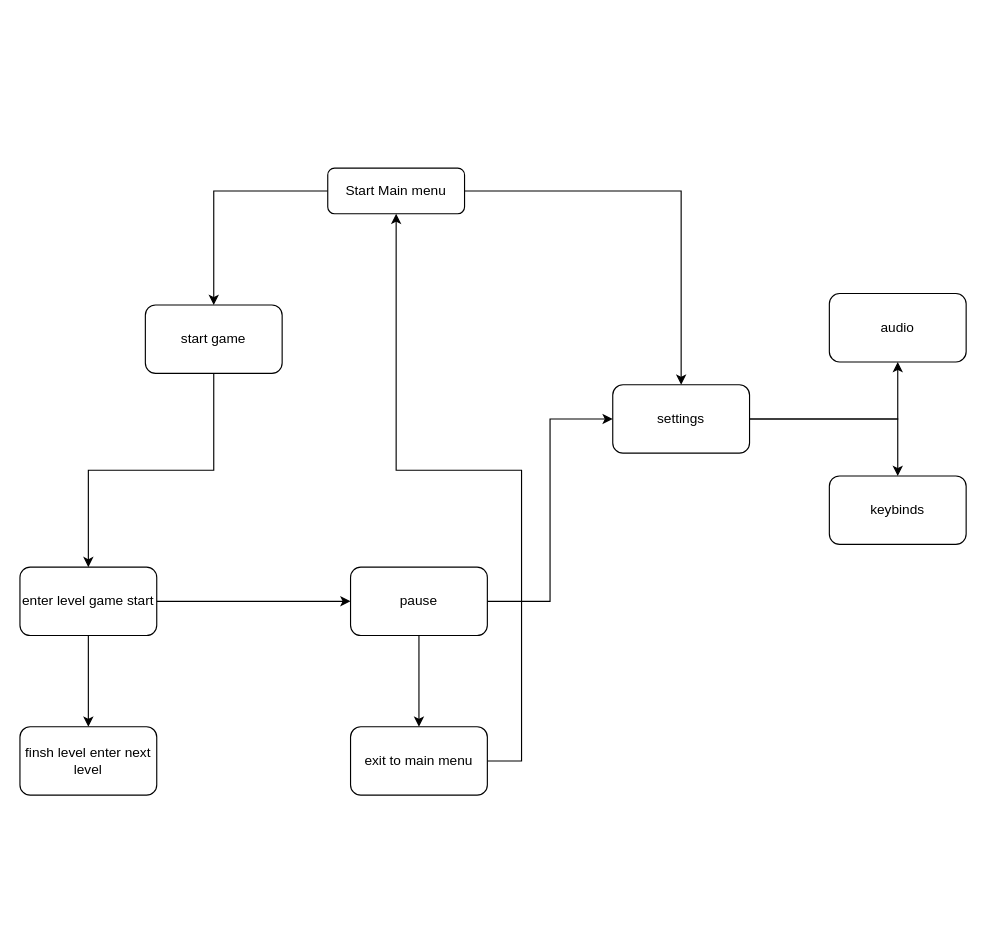
The draw.io diagram gamescreenflow.drawio in Nathvandyk/Info, before the edit. Source tidied: cells renumbered, new cells numbered last; positions are measured from the earlier drawing's top-left corner, leaving out a move shared by most shapes. Both pictures are drawn from the tidied source at 114%, with x=0, y=0 at pixel (19, 168).
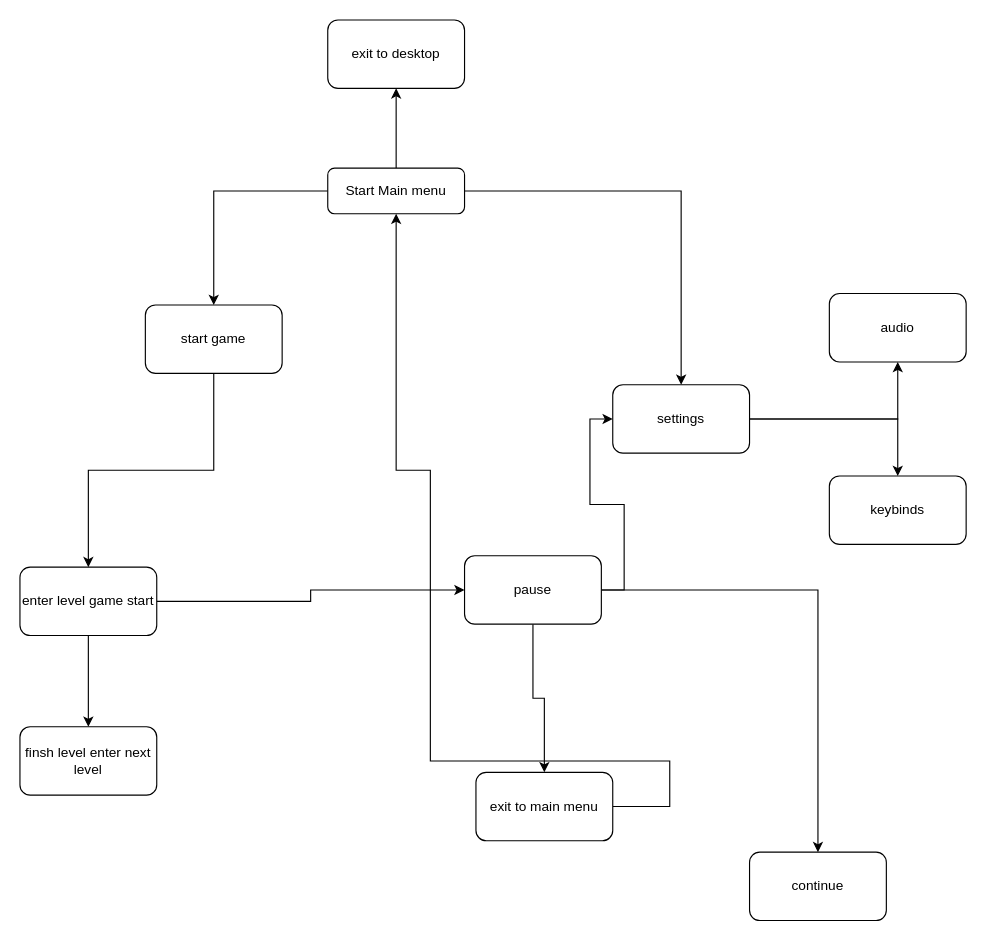
After the change.

The change refers to these unchanged cells:
```xml
<mxCell id="4" value="Start Main menu" style="rounded=1;whiteSpace=wrap;html=1;fontSize=12;glass=0;strokeWidth=1;shadow=0;" parent="1" vertex="1">
  <mxGeometry x="270" width="120" height="40" as="geometry" />
</mxCell>
```

Change to the diagram source:
```diff
@@
+    <mxCell id="21" style="edgeStyle=orthogonalEdgeStyle;rounded=0;jettySize=auto;html=1;" parent="1" edge="1" source="4" target="24">
+      <mxGeometry relative="1" as="geometry" />
+    </mxCell>
@@
+    <mxCell id="22" style="edgeStyle=orthogonalEdgeStyle;rounded=0;jettySize=auto;html=1;exitX=1;exitY=0.5;exitDx=0;exitDy=0;" parent="1" edge="1" source="18" target="23">
+      <mxGeometry relative="1" as="geometry" />
+    </mxCell>
     <mxCell id="18" value="pause" style="whiteSpace=wrap;html=1;rounded=1;shadow=0;strokeWidth=1;glass=0;" parent="1" vertex="1">
-      <mxGeometry x="290" y="350" width="120" height="60" as="geometry" />
+      <mxGeometry x="390" y="340" width="120" height="60" as="geometry" />
     </mxCell>
     <mxCell id="19" style="edgeStyle=orthogonalEdgeStyle;rounded=0;jettySize=auto;html=1;exitX=1;exitY=0.5;exitDx=0;exitDy=0;" parent="1" edge="1" source="20" target="4">
       <mxGeometry relative="1" as="geometry">
         <Array as="points">
-          <mxPoint x="440" y="520" />
-          <mxPoint x="440" y="265" />
+          <mxPoint x="570" y="520" />
+          <mxPoint x="360" y="520" />
+          <mxPoint x="360" y="265" />
           <mxPoint x="330" y="265" />
         </Array>
       </mxGeometry>
     </mxCell>
     <mxCell id="20" value="exit to main menu&lt;br&gt;" style="whiteSpace=wrap;html=1;rounded=1;shadow=0;strokeWidth=1;glass=0;" parent="1" vertex="1">
-      <mxGeometry x="290" y="490" width="120" height="60" as="geometry" />
+      <mxGeometry x="400" y="530" width="120" height="60" as="geometry" />
     </mxCell>
+    <mxCell id="23" value="continue" style="rounded=1;whiteSpace=wrap;html=1;" parent="1" vertex="1">
+      <mxGeometry x="640" y="600" width="120" height="60" as="geometry" />
+    </mxCell>
+    <mxCell id="24" value="exit to desktop" style="whiteSpace=wrap;html=1;rounded=1;shadow=0;strokeWidth=1;glass=0;" parent="1" vertex="1">
+      <mxGeometry x="270" y="-130" width="120" height="60" as="geometry" />
+    </mxCell>
```
